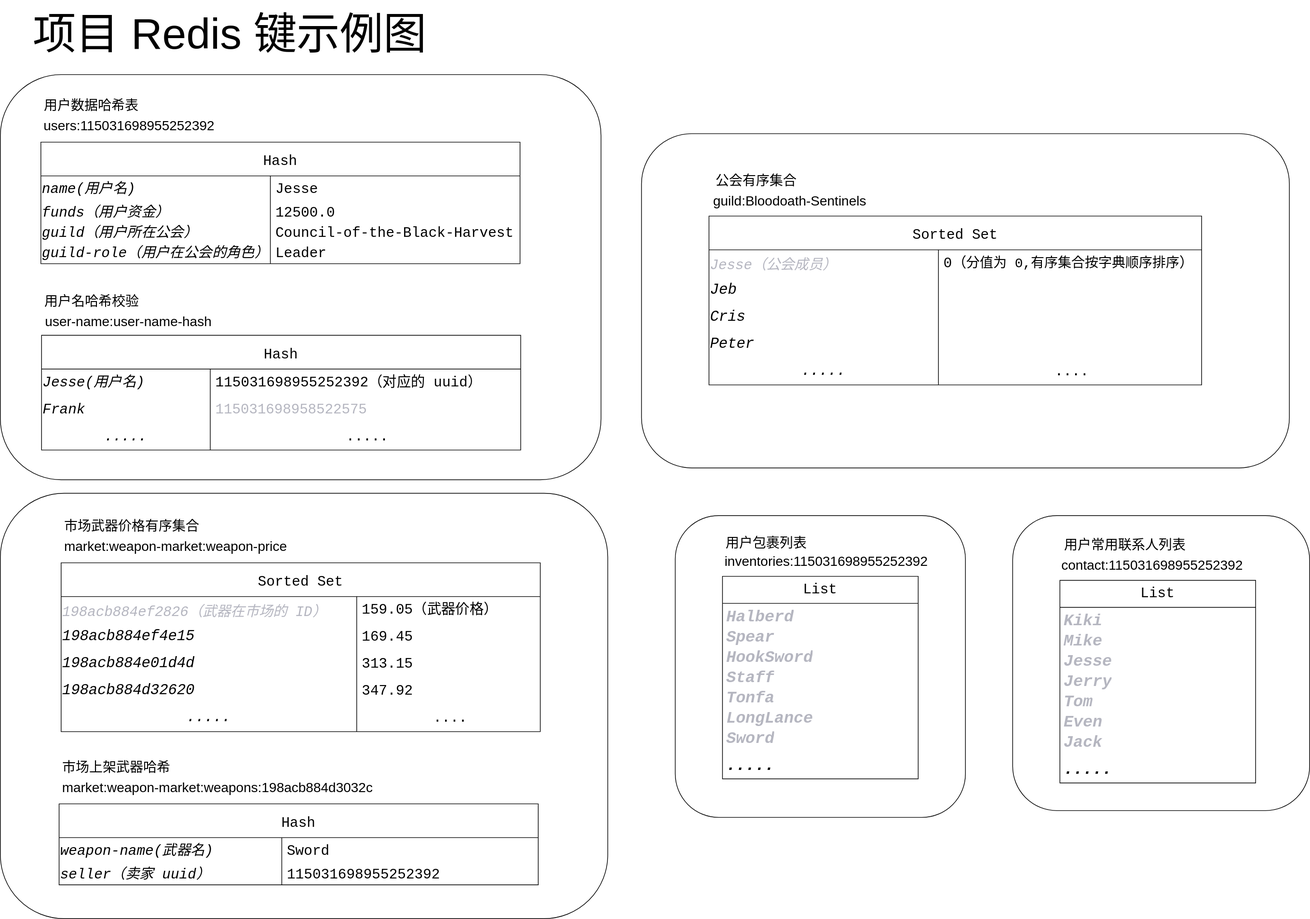
This is documents/redis-keys-describe.svg from JesseZ332623/item-market, a draw.io export, as it was before one commit. Source tidied: cells renumbered, new cells last; positions are measured from the earlier drawing's top-left corner, leaving out a move shared by most shapes.
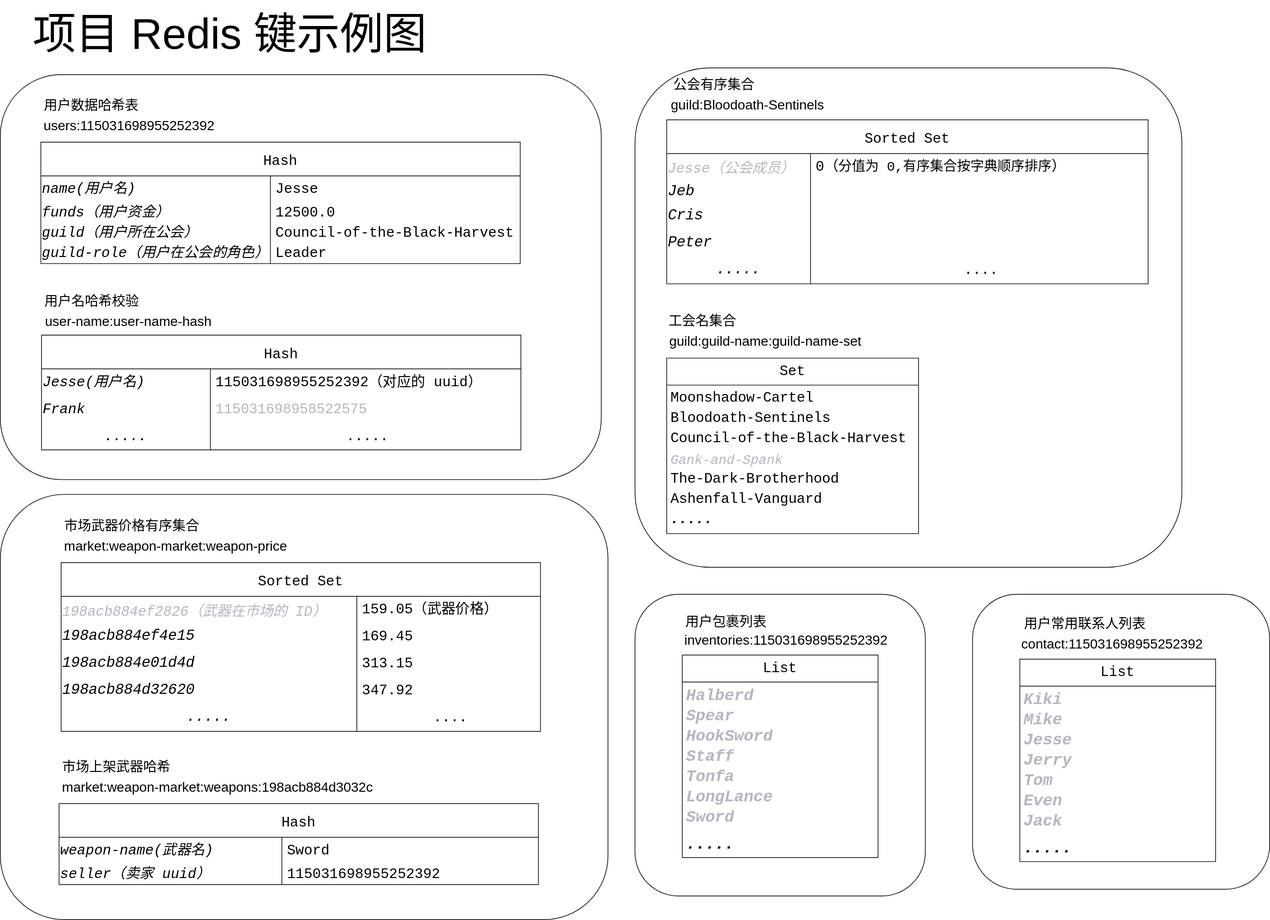
Above is the later version.

Commit message:
项目 Redis 键示例图

The edit, as a diff of the source:
```diff
@@ -1,15 +1,15 @@
-<mxGraphModel>
+<mxGraphModel background="light-dark(#FFFFFF,#000000)">
   <root>
     <mxCell id="0" />
     <mxCell id="1" parent="0" />
-    <mxCell id="2" style="rounded=1;whiteSpace=wrap;html=1;" parent="1" vertex="1">
-      <mxGeometry x="950" y="197.5" width="960" height="495" as="geometry" />
-    </mxCell>
+    <mxCell id="103" style="rounded=1;whiteSpace=wrap;html=1;" parent="1" vertex="1">
+      <mxGeometry x="940" y="100" width="810" height="740" as="geometry" />
+    </mxCell>
     <mxCell id="3" style="rounded=1;whiteSpace=wrap;html=1;" parent="1" vertex="1">
-      <mxGeometry x="1000" y="763" width="430" height="447" as="geometry" />
+      <mxGeometry x="940" y="880" width="430" height="447" as="geometry" />
     </mxCell>
     <mxCell id="4" style="rounded=1;whiteSpace=wrap;html=1;" parent="1" vertex="1">
-      <mxGeometry y="730" width="900" height="630" as="geometry" />
+      <mxGeometry y="732" width="900" height="630" as="geometry" />
     </mxCell>
     <mxCell id="5" style="rounded=1;whiteSpace=wrap;html=1;" parent="1" vertex="1">
       <mxGeometry y="110" width="890" height="600" as="geometry" />
@@ -183,7 +183,7 @@
       <mxGeometry x="330" width="380" height="30" as="geometry" />
     </mxCell>
     <mxCell id="62" value="List" style="swimlane;fontStyle=0;horizontal=1;startSize=40;align=center;fontSize=21;fontColor=light-dark(#000000,#FFFFFF);fontFamily=Courier New;strokeColor=default;spacing=2;spacingBottom=8;" parent="1" vertex="1">
-      <mxGeometry x="1070" y="853" width="290" height="300" as="geometry" />
+      <mxGeometry x="1010" y="970" width="290" height="300" as="geometry" />
     </mxCell>
     <mxCell id="63" value="&lt;span style=&quot;letter-spacing: -0.13px; text-wrap-mode: nowrap;&quot;&gt;&lt;font style=&quot;color: light-dark(rgb(181, 182, 192), rgb(255, 255, 255));&quot;&gt;Halberd&lt;/font&gt;&lt;/span&gt;" style="text;strokeColor=none;fillColor=none;spacingLeft=4;spacingRight=4;overflow=hidden;fontSize=24;whiteSpace=wrap;html=1;fontFamily=Courier New;fontStyle=3;labelBackgroundColor=none;align=left;labelBorderColor=none;" parent="62" vertex="1">
       <mxGeometry y="40" width="290" height="30" as="geometry" />
@@ -210,16 +210,16 @@
       <mxGeometry y="260" width="290" height="40" as="geometry" />
     </mxCell>
     <mxCell id="71" value="&lt;font style=&quot;font-size: 20px;&quot;&gt;inventories:115031698955252392&lt;/font&gt;" style="text;html=1;align=center;verticalAlign=middle;whiteSpace=wrap;rounded=0;" parent="1" vertex="1">
-      <mxGeometry x="1069" y="815" width="310" height="30" as="geometry" />
+      <mxGeometry x="1009" y="932" width="310" height="30" as="geometry" />
     </mxCell>
     <mxCell id="72" value="&lt;font style=&quot;font-size: 20px;&quot;&gt;用户包裹列表&lt;/font&gt;" style="text;html=1;align=center;verticalAlign=middle;whiteSpace=wrap;rounded=0;" parent="1" vertex="1">
-      <mxGeometry x="1070" y="788" width="130" height="30" as="geometry" />
+      <mxGeometry x="1010" y="905" width="130" height="30" as="geometry" />
     </mxCell>
     <mxCell id="73" style="rounded=1;whiteSpace=wrap;html=1;" parent="1" vertex="1">
-      <mxGeometry x="1500" y="763" width="440" height="437" as="geometry" />
+      <mxGeometry x="1440" y="880" width="440" height="437" as="geometry" />
     </mxCell>
     <mxCell id="74" value="List" style="swimlane;fontStyle=0;horizontal=1;startSize=40;align=center;fontSize=21;fontColor=light-dark(#000000,#FFFFFF);fontFamily=Courier New;strokeColor=default;spacing=2;spacingBottom=8;" parent="1" vertex="1">
-      <mxGeometry x="1570" y="859" width="290" height="300" as="geometry" />
+      <mxGeometry x="1510" y="976" width="290" height="300" as="geometry" />
     </mxCell>
     <mxCell id="75" value="&lt;span style=&quot;letter-spacing: -0.13px; text-wrap-mode: nowrap;&quot;&gt;&lt;font style=&quot;color: light-dark(rgb(181, 182, 192), rgb(255, 255, 255));&quot;&gt;Kiki&lt;/font&gt;&lt;/span&gt;" style="text;strokeColor=none;fillColor=none;spacingLeft=4;spacingRight=4;overflow=hidden;fontSize=24;whiteSpace=wrap;html=1;fontFamily=Courier New;fontStyle=3;labelBackgroundColor=none;align=left;labelBorderColor=none;" parent="74" vertex="1">
       <mxGeometry y="40" width="290" height="30" as="geometry" />
@@ -246,64 +246,94 @@
       <mxGeometry y="260" width="290" height="40" as="geometry" />
     </mxCell>
     <mxCell id="83" value="&lt;font style=&quot;font-size: 20px;&quot;&gt;用户常用联系人列表&lt;/font&gt;" style="text;html=1;align=center;verticalAlign=middle;whiteSpace=wrap;rounded=0;" parent="1" vertex="1">
-      <mxGeometry x="1567" y="791" width="200" height="30" as="geometry" />
+      <mxGeometry x="1507" y="908" width="200" height="30" as="geometry" />
     </mxCell>
     <mxCell id="84" value="&lt;font style=&quot;font-size: 20px;&quot;&gt;contact:115031698955252392&lt;/font&gt;" style="text;html=1;align=center;verticalAlign=middle;whiteSpace=wrap;rounded=0;fontSize=12;" parent="1" vertex="1">
-      <mxGeometry x="1567" y="821" width="280" height="30" as="geometry" />
+      <mxGeometry x="1507" y="938" width="280" height="30" as="geometry" />
     </mxCell>
     <mxCell id="85" value="&lt;font style=&quot;font-size: 20px;&quot;&gt;guild:Bloodoath-Sentinels&lt;/font&gt;" style="text;html=1;align=center;verticalAlign=middle;whiteSpace=wrap;rounded=0;" parent="1" vertex="1">
-      <mxGeometry x="1050" y="279.5" width="240" height="33" as="geometry" />
+      <mxGeometry x="987" y="137" width="240" height="33" as="geometry" />
     </mxCell>
     <mxCell id="86" value="&lt;font style=&quot;font-size: 20px;&quot;&gt;公会有序集合&lt;/font&gt;" style="text;html=1;align=center;verticalAlign=middle;whiteSpace=wrap;rounded=0;" parent="1" vertex="1">
-      <mxGeometry x="1050" y="252.5" width="140" height="27" as="geometry" />
+      <mxGeometry x="987" y="110" width="140" height="27" as="geometry" />
     </mxCell>
     <mxCell id="87" value="Sorted Set" style="shape=table;startSize=50;rowLines=0;fontStyle=0;strokeColor=default;fontSize=21;shadow=0;swimlaneFillColor=none;fontFamily=Courier New;" parent="1" vertex="1">
-      <mxGeometry x="1050" y="319.5" width="730" height="250" as="geometry" />
+      <mxGeometry x="987" y="177" width="713" height="243" as="geometry" />
     </mxCell>
     <mxCell id="88" style="shape=tableRow;horizontal=0;startSize=0;swimlaneHead=0;swimlaneBody=0;top=0;left=0;bottom=0;right=0;fillColor=none;strokeColor=inherit;fontSize=21;shadow=0;swimlaneFillColor=none;fontFamily=Courier New;fontColor=light-dark(#000000,#FFFFFF);" parent="87" vertex="1">
-      <mxGeometry y="50" width="730" height="40" as="geometry" />
+      <mxGeometry y="50" width="713" height="40" as="geometry" />
     </mxCell>
     <mxCell id="89" value="&lt;span style=&quot;letter-spacing: -0.13px; white-space-collapse: break-spaces;&quot;&gt;&lt;font face=&quot;Courier New&quot; style=&quot;line-height: 200%; color: light-dark(rgb(181, 182, 192), rgb(255, 255, 255));&quot;&gt;Jesse（公会成员）&lt;/font&gt;&lt;/span&gt;" style="shape=partialRectangle;html=1;whiteSpace=wrap;fillColor=none;top=0;left=0;bottom=0;right=0;overflow=hidden;strokeColor=inherit;fontSize=21;shadow=0;swimlaneFillColor=none;fontFamily=Courier New;align=left;fontStyle=2;" parent="88" vertex="1">
-      <mxGeometry width="340" height="40" as="geometry" />
+      <mxGeometry width="213" height="40" as="geometry" />
     </mxCell>
     <mxCell id="90" value="0（&lt;font style=&quot;font-size: 20px;&quot;&gt;分值为 0,有序集合按字典顺序排序&lt;/font&gt;）" style="shape=partialRectangle;html=1;whiteSpace=wrap;fillColor=none;top=0;left=0;bottom=0;right=0;align=left;spacingLeft=6;overflow=hidden;strokeColor=inherit;fontSize=21;shadow=0;swimlaneFillColor=none;fontFamily=Courier New;" parent="88" vertex="1">
-      <mxGeometry x="340" width="390" height="40" as="geometry" />
+      <mxGeometry x="213" width="500" height="40" as="geometry" />
     </mxCell>
     <mxCell id="91" style="shape=tableRow;horizontal=0;startSize=0;swimlaneHead=0;swimlaneBody=0;top=0;left=0;bottom=0;right=0;fillColor=none;strokeColor=inherit;fontSize=21;shadow=0;swimlaneFillColor=none;fontFamily=Courier New;" parent="87" vertex="1">
-      <mxGeometry y="90" width="730" height="40" as="geometry" />
+      <mxGeometry y="90" width="713" height="33" as="geometry" />
     </mxCell>
     <mxCell id="92" value="Jeb" style="shape=partialRectangle;html=1;whiteSpace=wrap;fillColor=none;top=0;left=0;bottom=0;right=0;overflow=hidden;strokeColor=inherit;fontSize=22;shadow=0;swimlaneFillColor=none;fontFamily=Courier New;align=left;fontStyle=2;fontColor=light-dark(#000000,#FFFFFF);labelBackgroundColor=none;" parent="91" vertex="1">
-      <mxGeometry width="340" height="40" as="geometry" />
+      <mxGeometry width="213" height="33" as="geometry" />
     </mxCell>
     <mxCell id="93" value="&lt;span&gt;&lt;font style=&quot;color: light-dark(rgb(255, 255, 255), rgb(255, 255, 255));&quot;&gt;0&lt;/font&gt;&lt;/span&gt;" style="shape=partialRectangle;html=1;whiteSpace=wrap;fillColor=none;top=0;left=0;bottom=0;right=0;align=left;spacingLeft=6;overflow=hidden;strokeColor=inherit;fontSize=21;shadow=0;swimlaneFillColor=none;fontFamily=Courier New;" parent="91" vertex="1">
-      <mxGeometry x="340" width="390" height="40" as="geometry" />
+      <mxGeometry x="213" width="500" height="33" as="geometry" />
     </mxCell>
     <mxCell id="94" style="shape=tableRow;horizontal=0;startSize=0;swimlaneHead=0;swimlaneBody=0;top=0;left=0;bottom=0;right=0;fillColor=none;strokeColor=inherit;fontSize=21;shadow=0;swimlaneFillColor=none;fontFamily=Courier New;" parent="87" vertex="1">
-      <mxGeometry y="130" width="730" height="40" as="geometry" />
+      <mxGeometry y="123" width="713" height="40" as="geometry" />
     </mxCell>
     <mxCell id="95" value="&lt;span style=&quot;letter-spacing: -0.13px; white-space-collapse: break-spaces;&quot;&gt;&lt;font style=&quot;color: light-dark(rgb(0, 0, 0), rgb(255, 255, 255));&quot;&gt;Cris&lt;/font&gt;&lt;/span&gt;" style="shape=partialRectangle;html=1;whiteSpace=wrap;fillColor=none;top=0;left=0;bottom=0;right=0;overflow=hidden;strokeColor=inherit;fontSize=22;shadow=0;swimlaneFillColor=none;fontFamily=Courier New;align=left;fontStyle=2;fontColor=light-dark(#000000,#FFFFFF);labelBackgroundColor=none;" parent="94" vertex="1">
-      <mxGeometry width="340" height="40" as="geometry" />
+      <mxGeometry width="213" height="40" as="geometry" />
     </mxCell>
     <mxCell id="96" value="&lt;span&gt;&lt;font style=&quot;color: light-dark(rgb(255, 255, 255), rgb(255, 255, 255));&quot;&gt;0&lt;/font&gt;&lt;/span&gt;" style="shape=partialRectangle;html=1;whiteSpace=wrap;fillColor=none;top=0;left=0;bottom=0;right=0;align=left;spacingLeft=6;overflow=hidden;strokeColor=inherit;fontSize=21;shadow=0;swimlaneFillColor=none;fontFamily=Courier New;" parent="94" vertex="1">
-      <mxGeometry x="340" width="390" height="40" as="geometry" />
+      <mxGeometry x="213" width="500" height="40" as="geometry" />
     </mxCell>
     <mxCell id="97" style="shape=tableRow;horizontal=0;startSize=0;swimlaneHead=0;swimlaneBody=0;top=0;left=0;bottom=0;right=0;fillColor=none;strokeColor=inherit;fontSize=21;shadow=0;swimlaneFillColor=none;fontFamily=Courier New;" parent="87" vertex="1">
-      <mxGeometry y="170" width="730" height="40" as="geometry" />
+      <mxGeometry y="163" width="713" height="40" as="geometry" />
     </mxCell>
     <mxCell id="98" value="&lt;span style=&quot;letter-spacing: -0.13px; text-wrap-mode: nowrap;&quot;&gt;&lt;font style=&quot;color: light-dark(rgb(0, 0, 0), rgb(255, 255, 255));&quot;&gt;Peter&lt;/font&gt;&lt;/span&gt;" style="shape=partialRectangle;html=1;whiteSpace=wrap;fillColor=none;top=0;left=0;bottom=0;right=0;overflow=hidden;strokeColor=inherit;fontSize=22;shadow=0;swimlaneFillColor=none;fontFamily=Courier New;align=left;fontStyle=2;fontColor=light-dark(#000000,#FFFFFF);labelBackgroundColor=none;" parent="97" vertex="1">
-      <mxGeometry width="340" height="40" as="geometry" />
+      <mxGeometry width="213" height="40" as="geometry" />
     </mxCell>
     <mxCell id="99" value="&lt;span&gt;&lt;font style=&quot;color: light-dark(rgb(255, 255, 255), rgb(255, 255, 255));&quot;&gt;0&lt;/font&gt;&lt;/span&gt;" style="shape=partialRectangle;html=1;whiteSpace=wrap;fillColor=none;top=0;left=0;bottom=0;right=0;align=left;spacingLeft=6;overflow=hidden;strokeColor=inherit;fontSize=21;shadow=0;swimlaneFillColor=none;fontFamily=Courier New;" parent="97" vertex="1">
-      <mxGeometry x="340" width="390" height="40" as="geometry" />
+      <mxGeometry x="213" width="500" height="40" as="geometry" />
     </mxCell>
     <mxCell id="100" style="shape=tableRow;horizontal=0;startSize=0;swimlaneHead=0;swimlaneBody=0;top=0;left=0;bottom=0;right=0;fillColor=none;strokeColor=inherit;fontSize=21;shadow=0;swimlaneFillColor=none;fontFamily=Courier New;" parent="87" vertex="1">
-      <mxGeometry y="210" width="730" height="40" as="geometry" />
+      <mxGeometry y="203" width="713" height="40" as="geometry" />
     </mxCell>
     <mxCell id="101" value="&lt;span style=&quot;letter-spacing: -0.13px; text-wrap-mode: nowrap;&quot;&gt;.....&lt;/span&gt;" style="shape=partialRectangle;html=1;whiteSpace=wrap;fillColor=none;top=0;left=0;bottom=0;right=0;overflow=hidden;strokeColor=inherit;fontSize=22;shadow=0;swimlaneFillColor=none;fontFamily=Courier New;align=center;fontStyle=2;fontColor=light-dark(#000000,#FFFFFF);labelBackgroundColor=none;" parent="100" vertex="1">
-      <mxGeometry width="340" height="40" as="geometry" />
+      <mxGeometry width="213" height="40" as="geometry" />
     </mxCell>
     <mxCell id="102" value="...." style="shape=partialRectangle;html=1;whiteSpace=wrap;fillColor=none;top=0;left=0;bottom=0;right=0;align=center;spacingLeft=6;overflow=hidden;strokeColor=inherit;fontSize=21;shadow=0;swimlaneFillColor=none;fontFamily=Courier New;" parent="100" vertex="1">
-      <mxGeometry x="340" width="390" height="40" as="geometry" />
+      <mxGeometry x="213" width="500" height="40" as="geometry" />
     </mxCell>
+    <mxCell id="104" value="Set" style="swimlane;fontStyle=0;horizontal=1;startSize=40;align=center;fontSize=21;fontColor=light-dark(#000000,#FFFFFF);fontFamily=Courier New;strokeColor=default;spacing=2;spacingBottom=8;" parent="1" vertex="1">
+      <mxGeometry x="987" y="530" width="373" height="260" as="geometry" />
+    </mxCell>
+    <mxCell id="105" value="&lt;span style=&quot;font-style: normal; font-weight: 400; letter-spacing: -0.13px; text-wrap-mode: nowrap;&quot;&gt;&lt;font style=&quot;color: light-dark(rgb(0, 0, 0), rgb(255, 255, 255));&quot;&gt;Moonshadow-Cartel&lt;/font&gt;&lt;/span&gt;" style="text;strokeColor=none;fillColor=none;spacingLeft=4;spacingRight=4;overflow=hidden;fontSize=21;whiteSpace=wrap;html=1;fontFamily=Courier New;fontStyle=3;labelBackgroundColor=none;align=left;labelBorderColor=none;fontColor=light-dark(#000000,#000000);" parent="104" vertex="1">
+      <mxGeometry y="40" width="373" height="30" as="geometry" />
+    </mxCell>
+    <mxCell id="106" value="&lt;span style=&quot;font-style: normal; font-weight: 400; letter-spacing: -0.13px; text-wrap-mode: nowrap;&quot;&gt;&lt;font style=&quot;color: light-dark(rgb(0, 0, 0), rgb(255, 255, 255));&quot;&gt;Bloodoath-Sentinels&lt;/font&gt;&lt;/span&gt;" style="text;strokeColor=none;fillColor=none;spacingLeft=4;spacingRight=4;overflow=hidden;fontSize=21;whiteSpace=wrap;html=1;fontFamily=Courier New;fontStyle=3;labelBackgroundColor=default;align=left;labelBorderColor=none;fontColor=light-dark(#000000,#000000);" parent="104" vertex="1">
+      <mxGeometry y="70" width="373" height="30" as="geometry" />
+    </mxCell>
+    <mxCell id="107" value="&lt;span style=&quot;font-style: normal; font-weight: 400; letter-spacing: -0.13px; white-space-collapse: break-spaces;&quot;&gt;&lt;font style=&quot;color: light-dark(rgb(0, 0, 0), rgb(255, 255, 255));&quot;&gt;Council-of-the-Black-Harvest&lt;/font&gt;&lt;/span&gt;" style="text;strokeColor=none;fillColor=none;spacingLeft=4;spacingRight=4;overflow=hidden;fontSize=21;whiteSpace=wrap;html=1;fontFamily=Courier New;fontStyle=3;labelBackgroundColor=none;align=left;labelBorderColor=none;fontColor=light-dark(#000000,#000000);" parent="104" vertex="1">
+      <mxGeometry y="100" width="373" height="30" as="geometry" />
+    </mxCell>
+    <mxCell id="108" value="&lt;span style=&quot;font-weight: 400; letter-spacing: -0.13px; white-space-collapse: break-spaces;&quot;&gt;&lt;font face=&quot;Courier New&quot; style=&quot;font-size: 20px; color: light-dark(rgb(181, 182, 192), rgb(255, 255, 255));&quot;&gt;Gank-and-Spank&lt;/font&gt;&lt;/span&gt;" style="text;strokeColor=none;fillColor=none;spacingLeft=4;spacingRight=4;overflow=hidden;fontSize=24;whiteSpace=wrap;html=1;fontFamily=Courier New;fontStyle=3;labelBackgroundColor=default;align=left;labelBorderColor=none;" parent="104" vertex="1">
+      <mxGeometry y="130" width="373" height="30" as="geometry" />
+    </mxCell>
+    <mxCell id="109" value="&lt;span style=&quot;font-style: normal; font-weight: 400; letter-spacing: -0.13px; text-wrap-mode: nowrap;&quot;&gt;&lt;font style=&quot;color: light-dark(rgb(0, 0, 0), rgb(255, 255, 255));&quot;&gt;The-Dark-Brotherhood&lt;/font&gt;&lt;/span&gt;" style="text;strokeColor=none;fillColor=none;spacingLeft=4;spacingRight=4;overflow=hidden;fontSize=21;whiteSpace=wrap;html=1;fontFamily=Courier New;fontStyle=3;labelBackgroundColor=default;align=left;labelBorderColor=none;fontColor=light-dark(#000000,#000000);" parent="104" vertex="1">
+      <mxGeometry y="160" width="373" height="30" as="geometry" />
+    </mxCell>
+    <mxCell id="110" value="&lt;span style=&quot;font-style: normal; font-weight: 400; letter-spacing: -0.13px; text-wrap-mode: nowrap;&quot;&gt;&lt;font style=&quot;color: light-dark(rgb(0, 0, 0), rgb(255, 255, 255));&quot;&gt;Ashenfall-Vanguard&lt;/font&gt;&lt;/span&gt;" style="text;strokeColor=none;fillColor=none;spacingLeft=4;spacingRight=4;overflow=hidden;fontSize=21;whiteSpace=wrap;html=1;fontFamily=Courier New;fontStyle=3;labelBackgroundColor=default;align=left;labelBorderColor=none;fontColor=light-dark(#000000,#000000);" parent="104" vertex="1">
+      <mxGeometry y="190" width="373" height="30" as="geometry" />
+    </mxCell>
+    <mxCell id="111" value="&lt;span style=&quot;letter-spacing: -0.13px; text-wrap-mode: nowrap;&quot;&gt;.....&lt;/span&gt;" style="text;strokeColor=none;fillColor=none;spacingLeft=4;spacingRight=4;overflow=hidden;fontSize=21;whiteSpace=wrap;html=1;fontFamily=Courier New;fontStyle=3;labelBackgroundColor=default;align=left;labelBorderColor=none;spacing=2;spacingBottom=0;fontColor=light-dark(#000000,#000000);" parent="104" vertex="1">
+      <mxGeometry y="220" width="373" height="40" as="geometry" />
+    </mxCell>
+    <mxCell id="112" value="&lt;font style=&quot;font-size: 20px;&quot;&gt;guild:guild-name:guild-name-set&lt;/font&gt;" style="text;html=1;align=center;verticalAlign=middle;whiteSpace=wrap;rounded=0;" parent="1" vertex="1">
+      <mxGeometry x="987" y="487" width="293" height="33" as="geometry" />
+    </mxCell>
+    <mxCell id="113" value="&lt;span style=&quot;font-size: 20px;&quot;&gt;工会名集合&lt;/span&gt;" style="text;html=1;align=center;verticalAlign=middle;whiteSpace=wrap;rounded=0;" parent="1" vertex="1">
+      <mxGeometry x="987" y="460" width="107" height="27" as="geometry" />
+    </mxCell>
   </root>
 </mxGraphModel>
```
